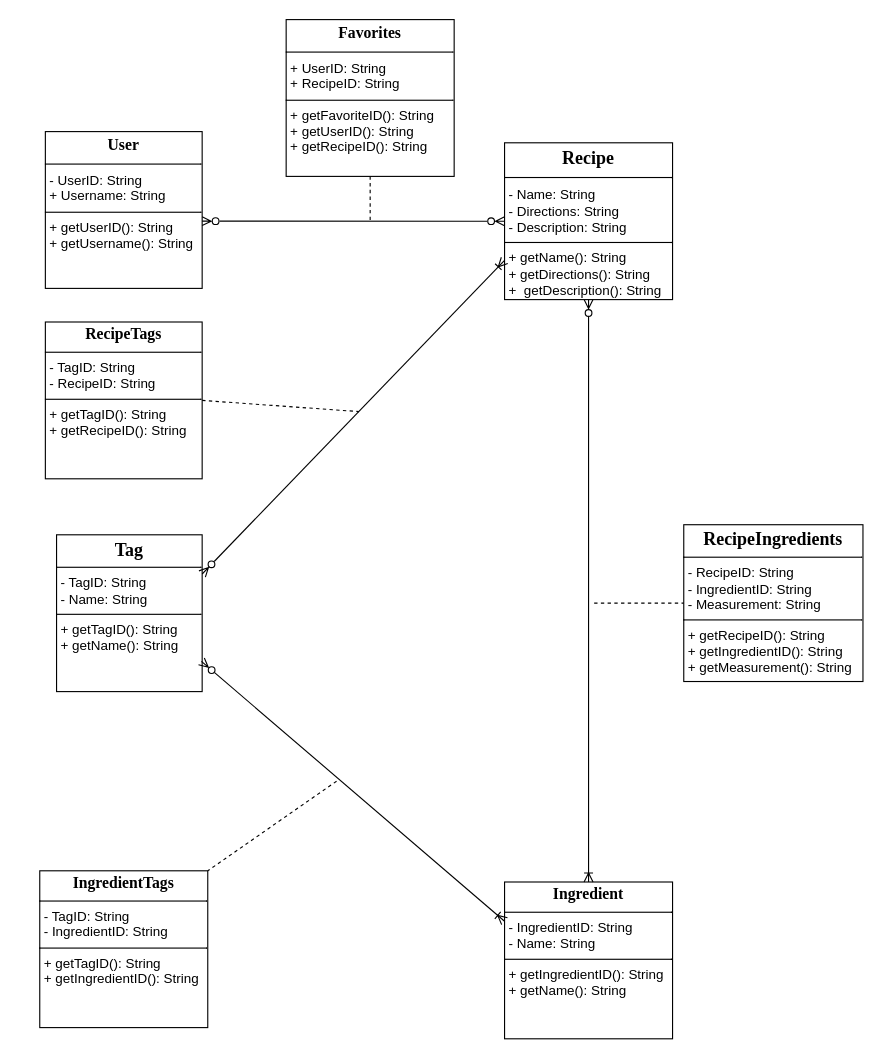
Above: Copy of Project A2.drawio in Rhimeth/COSC-612-Project (draw.io), before the change. Source tidied: cells renumbered, new cells numbered last; positions are measured from the earlier drawing's top-left corner, leaving out a move shared by most shapes. Both pictures are drawn from the tidied source at 112%, with x=0, y=0 at pixel (39, 19).
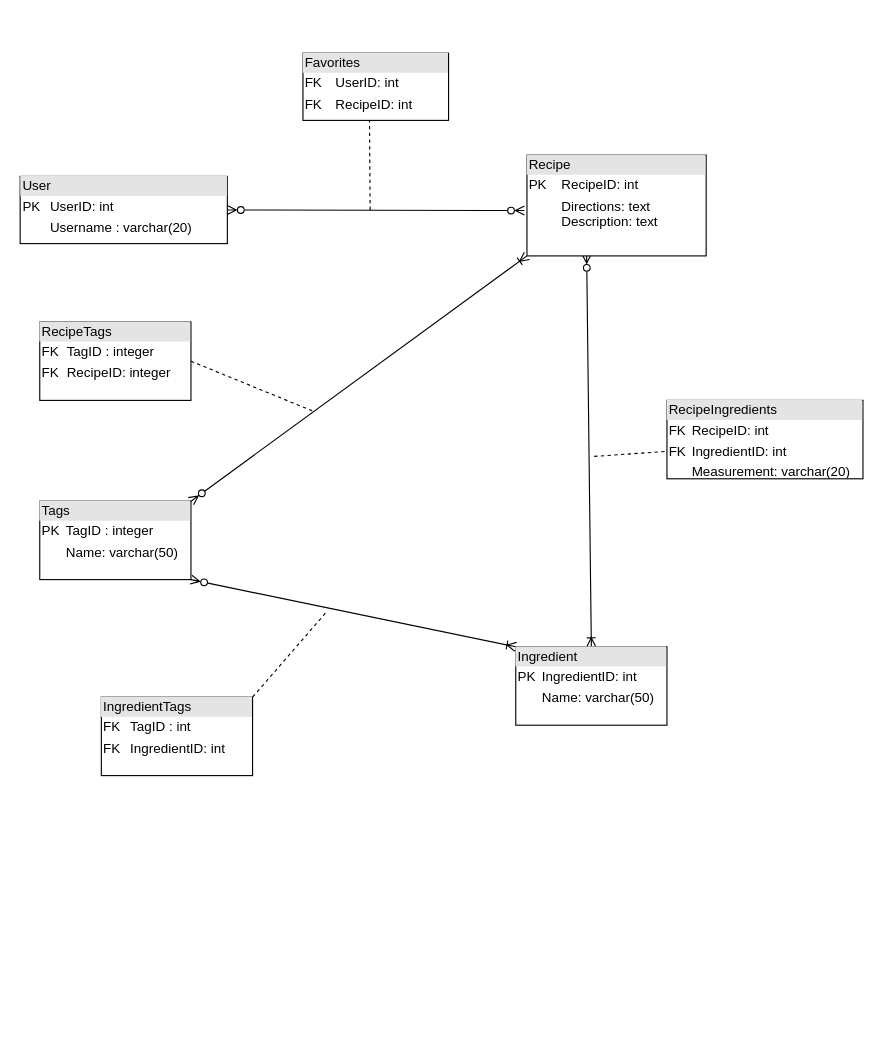
After the change.

Commit message:
still working

The edit, as a diff of the source:
```diff
@@
-    <mxCell id="2" value="&lt;p style=&quot;margin: 4px 0px 0px; text-align: center; font-size: 14px;&quot;&gt;&lt;font style=&quot;font-size: 14px;&quot;&gt;&lt;font style=&quot;font-size: 14px;&quot; face=&quot;Times New Roman&quot;&gt;&lt;b style=&quot;&quot;&gt;User&lt;/b&gt;&lt;/font&gt;&lt;br&gt;&lt;/font&gt;&lt;/p&gt;&lt;hr size=&quot;1&quot; style=&quot;border-style: solid; font-size: 14px;&quot;&gt;&lt;p style=&quot;margin:0px;margin-left:4px;&quot;&gt;- UserID: String&lt;br&gt;+&amp;nbsp;Username: String&lt;/p&gt;&lt;hr size=&quot;1&quot; style=&quot;border-style:solid;&quot;&gt;&lt;p style=&quot;margin:0px;margin-left:4px;&quot;&gt;+ getUserID(): String&lt;br&gt;+ getUsername(): String&lt;/p&gt;" style="verticalAlign=top;align=left;overflow=fill;html=1;whiteSpace=wrap;" parent="1" vertex="1">
-      <mxGeometry x="5" y="100" width="140" height="140" as="geometry" />
-    </mxCell>
-    <mxCell id="3" value="&lt;p style=&quot;margin: 4px 0px 0px; text-align: center; font-size: 14px;&quot;&gt;&lt;font style=&quot;font-size: 14px;&quot;&gt;&lt;b style=&quot;&quot;&gt;&lt;font style=&quot;font-size: 14px;&quot; face=&quot;Times New Roman&quot;&gt;Favorites&lt;/font&gt;&lt;/b&gt;&lt;br&gt;&lt;/font&gt;&lt;/p&gt;&lt;hr size=&quot;1&quot; style=&quot;border-style: solid; font-size: 14px;&quot;&gt;&lt;p style=&quot;margin:0px;margin-left:4px;&quot;&gt;&lt;span style=&quot;background-color: initial;&quot;&gt;+ UserID: String&lt;/span&gt;&lt;br&gt;&lt;/p&gt;&lt;p style=&quot;margin:0px;margin-left:4px;&quot;&gt;+&amp;nbsp;RecipeID: String&lt;/p&gt;&lt;hr size=&quot;1&quot; style=&quot;border-style:solid;&quot;&gt;&lt;p style=&quot;margin:0px;margin-left:4px;&quot;&gt;+ getFavoriteID(): String&lt;br&gt;+ getUserID(): String&lt;/p&gt;&lt;p style=&quot;margin:0px;margin-left:4px;&quot;&gt;+&amp;nbsp;getRecipeID(): String&lt;/p&gt;" style="verticalAlign=top;align=left;overflow=fill;html=1;whiteSpace=wrap;" parent="1" vertex="1">
-      <mxGeometry x="220" width="150" height="140" as="geometry" />
-    </mxCell>
-    <mxCell id="4" value="&lt;p style=&quot;margin: 4px 0px 0px; text-align: center;&quot;&gt;&lt;font face=&quot;Times New Roman&quot;&gt;&lt;span style=&quot;font-size: 16px;&quot;&gt;&lt;b&gt;Recipe&lt;/b&gt;&lt;/span&gt;&lt;/font&gt;&lt;br&gt;&lt;/p&gt;&lt;hr size=&quot;1&quot; style=&quot;border-style: solid; font-size: 16px;&quot;&gt;&lt;p style=&quot;margin:0px;margin-left:4px;&quot;&gt;- Name: String&lt;/p&gt;&lt;p style=&quot;margin:0px;margin-left:4px;&quot;&gt;- Directions: String&lt;/p&gt;&lt;p style=&quot;margin:0px;margin-left:4px;&quot;&gt;- Description: String&lt;/p&gt;&lt;hr size=&quot;1&quot; style=&quot;border-style:solid;&quot;&gt;&lt;p style=&quot;margin:0px;margin-left:4px;&quot;&gt;+ getName(): String&lt;br&gt;+ getDirections(): String&lt;/p&gt;&lt;p style=&quot;margin:0px;margin-left:4px;&quot;&gt;+&amp;nbsp;&amp;nbsp;getDescription(): String&lt;/p&gt;" style="verticalAlign=top;align=left;overflow=fill;html=1;whiteSpace=wrap;" parent="1" vertex="1">
-      <mxGeometry x="415" y="110" width="150" height="140" as="geometry" />
-    </mxCell>
-    <mxCell id="5" value="&lt;p style=&quot;margin:0px;margin-top:4px;text-align:center;&quot;&gt;&lt;b&gt;&lt;font face=&quot;Times New Roman&quot; style=&quot;font-size: 16px;&quot;&gt;RecipeIngredients&lt;/font&gt;&lt;/b&gt;&lt;br&gt;&lt;/p&gt;&lt;hr size=&quot;1&quot; style=&quot;border-style:solid;&quot;&gt;&lt;p style=&quot;margin:0px;margin-left:4px;&quot;&gt;- RecipeID: String&lt;br&gt;- IngredientID: String&lt;/p&gt;&lt;p style=&quot;margin:0px;margin-left:4px;&quot;&gt;- Measurement: String&lt;/p&gt;&lt;hr size=&quot;1&quot; style=&quot;border-style:solid;&quot;&gt;&lt;p style=&quot;margin:0px;margin-left:4px;&quot;&gt;+ getRecipeID(): String&amp;nbsp;&lt;/p&gt;&lt;p style=&quot;margin:0px;margin-left:4px;&quot;&gt;+&amp;nbsp;getIngredientID(): String&lt;/p&gt;&lt;p style=&quot;margin:0px;margin-left:4px;&quot;&gt;+&amp;nbsp;getMeasurement(): String&lt;/p&gt;" style="verticalAlign=top;align=left;overflow=fill;html=1;whiteSpace=wrap;" parent="1" vertex="1">
-      <mxGeometry x="575" y="451" width="160" height="140" as="geometry" />
-    </mxCell>
-    <mxCell id="6" value="&lt;p style=&quot;margin:0px;margin-top:4px;text-align:center;&quot;&gt;&lt;font face=&quot;Times New Roman&quot; style=&quot;font-size: 14px;&quot;&gt;&lt;b style=&quot;&quot;&gt;Ingredient&lt;/b&gt;&lt;/font&gt;&lt;br&gt;&lt;/p&gt;&lt;hr size=&quot;1&quot; style=&quot;border-style:solid;&quot;&gt;&lt;p style=&quot;margin:0px;margin-left:4px;&quot;&gt;- IngredientID: String&lt;/p&gt;&lt;p style=&quot;margin:0px;margin-left:4px;&quot;&gt;- Name: String&lt;/p&gt;&lt;hr size=&quot;1&quot; style=&quot;border-style:solid;&quot;&gt;&lt;p style=&quot;margin:0px;margin-left:4px;&quot;&gt;+ getIngredientID(): String&lt;/p&gt;&lt;p style=&quot;margin:0px;margin-left:4px;&quot;&gt;+ getName(): String&lt;/p&gt;" style="verticalAlign=top;align=left;overflow=fill;html=1;whiteSpace=wrap;" parent="1" vertex="1">
-      <mxGeometry x="415" y="770" width="150" height="140" as="geometry" />
-    </mxCell>
-    <mxCell id="7" value="&lt;p style=&quot;margin:0px;margin-top:4px;text-align:center;&quot;&gt;&lt;font size=&quot;1&quot; style=&quot;&quot; face=&quot;Times New Roman&quot;&gt;&lt;b style=&quot;font-size: 16px;&quot;&gt;Tag&lt;/b&gt;&lt;/font&gt;&lt;/p&gt;&lt;hr size=&quot;1&quot; style=&quot;border-style:solid;&quot;&gt;&lt;p style=&quot;margin:0px;margin-left:4px;&quot;&gt;- TagID: String&lt;br&gt;- Name: String&lt;/p&gt;&lt;hr size=&quot;1&quot; style=&quot;border-style:solid;&quot;&gt;&lt;p style=&quot;margin:0px;margin-left:4px;&quot;&gt;+ getTagID(): String&lt;br&gt;+ getName(): String&lt;/p&gt;" style="verticalAlign=top;align=left;overflow=fill;html=1;whiteSpace=wrap;" parent="1" vertex="1">
-      <mxGeometry x="15" y="460" width="130" height="140" as="geometry" />
-    </mxCell>
-    <mxCell id="8" value="&lt;p style=&quot;margin:0px;margin-top:4px;text-align:center;&quot;&gt;&lt;font style=&quot;font-size: 14px;&quot; face=&quot;Times New Roman&quot;&gt;&lt;b style=&quot;&quot;&gt;RecipeTags&lt;/b&gt;&lt;/font&gt;&lt;br&gt;&lt;/p&gt;&lt;hr size=&quot;1&quot; style=&quot;border-style:solid;&quot;&gt;&lt;p style=&quot;margin:0px;margin-left:4px;&quot;&gt;- TagID: String&lt;br&gt;- RecipeID: String&lt;/p&gt;&lt;hr size=&quot;1&quot; style=&quot;border-style:solid;&quot;&gt;&lt;p style=&quot;margin:0px;margin-left:4px;&quot;&gt;+ getTagID(): String&lt;br&gt;+ getRecipeID(): String&lt;/p&gt;" style="verticalAlign=top;align=left;overflow=fill;html=1;whiteSpace=wrap;" parent="1" vertex="1">
-      <mxGeometry x="5" y="270" width="140" height="140" as="geometry" />
-    </mxCell>
-    <mxCell id="9" value="&lt;p style=&quot;margin:0px;margin-top:4px;text-align:center;&quot;&gt;&lt;b style=&quot;&quot;&gt;&lt;font style=&quot;font-size: 14px;&quot; face=&quot;Times New Roman&quot;&gt;IngredientTags&lt;/font&gt;&lt;/b&gt;&lt;br&gt;&lt;/p&gt;&lt;hr size=&quot;1&quot; style=&quot;border-style:solid;&quot;&gt;&lt;p style=&quot;margin:0px;margin-left:4px;&quot;&gt;- TagID: String&lt;br&gt;- IngredientID: String&lt;/p&gt;&lt;hr size=&quot;1&quot; style=&quot;border-style:solid;&quot;&gt;&lt;p style=&quot;margin:0px;margin-left:4px;&quot;&gt;+ getTagID(): String&lt;br&gt;+ getIngredientID(): String&lt;/p&gt;" style="verticalAlign=top;align=left;overflow=fill;html=1;whiteSpace=wrap;" parent="1" vertex="1">
-      <mxGeometry y="760" width="150" height="140" as="geometry" />
-    </mxCell>
-    <mxCell id="10" style="edgeStyle=entityRelationEdgeStyle;fontSize=12;html=1;endArrow=ERzeroToMany;rounded=0;exitX=1;exitY=0.571;exitDx=0;exitDy=0;exitPerimeter=0;entryX=0;entryY=0.5;entryDx=0;entryDy=0;startArrow=ERzeroToMany;startFill=0;endFill=0;" parent="1" edge="1" source="2" target="4">
+    <mxCell id="10" style="edgeStyle=entityRelationEdgeStyle;fontSize=12;html=1;endArrow=ERzeroToMany;rounded=0;entryX=-0.014;entryY=0.55;entryDx=0;entryDy=0;startArrow=ERzeroToMany;startFill=0;endFill=0;entryPerimeter=0;" parent="1" edge="1" source="18" target="21">
       <mxGeometry relative="1" as="geometry">
         <Array as="points">
           <mxPoint x="395" y="180" />
         </Array>
       </mxGeometry>
     </mxCell>
-    <mxCell id="11" style="endArrow=ERoneToMany;startArrow=ERzeroToMany;html=1;rounded=0;exitX=1;exitY=0.25;exitDx=0;exitDy=0;entryX=0;entryY=0.75;entryDx=0;entryDy=0;startFill=0;endFill=0;" parent="1" edge="1" source="7" target="4">
+    <mxCell id="11" style="endArrow=ERoneToMany;startArrow=ERzeroToMany;html=1;rounded=0;exitX=1;exitY=0;exitDx=0;exitDy=0;entryX=0;entryY=1;entryDx=0;entryDy=0;startFill=0;endFill=0;" parent="1" edge="1" source="22" target="21">
       <mxGeometry relative="1" as="geometry" />
     </mxCell>
-    <mxCell id="12" style="endArrow=none;html=1;rounded=0;exitX=1;exitY=0.5;exitDx=0;exitDy=0;dashed=1;" parent="1" edge="1" source="8">
+    <mxCell id="12" style="endArrow=none;html=1;rounded=0;exitX=1;exitY=0.5;exitDx=0;exitDy=0;dashed=1;" parent="1" edge="1" source="19">
       <mxGeometry relative="1" as="geometry">
-        <mxPoint x="285" y="350" as="targetPoint" />
+        <mxPoint x="245" y="350" as="targetPoint" />
       </mxGeometry>
     </mxCell>
-    <mxCell id="13" style="endArrow=ERoneToMany;startArrow=ERzeroToMany;html=1;rounded=0;exitX=0.995;exitY=0.807;exitDx=0;exitDy=0;entryX=0;entryY=0.25;entryDx=0;entryDy=0;startFill=0;endFill=0;exitPerimeter=0;" parent="1" edge="1" source="7" target="6">
+    <mxCell id="13" style="endArrow=ERoneToMany;startArrow=ERzeroToMany;html=1;rounded=0;exitX=1;exitY=1;exitDx=0;exitDy=0;entryX=0;entryY=0;entryDx=0;entryDy=0;startFill=0;endFill=0;" parent="1" edge="1" source="22" target="24">
       <mxGeometry relative="1" as="geometry" />
     </mxCell>
-    <mxCell id="14" style="endArrow=none;html=1;rounded=0;entryX=1;entryY=0;entryDx=0;entryDy=0;dashed=1;" parent="1" edge="1" target="9">
+    <mxCell id="14" style="endArrow=none;html=1;rounded=0;entryX=1;entryY=0;entryDx=0;entryDy=0;dashed=1;" parent="1" edge="1" target="23">
       <mxGeometry relative="1" as="geometry">
-        <mxPoint x="265" y="680" as="sourcePoint" />
+        <mxPoint x="255" y="530" as="sourcePoint" />
       </mxGeometry>
     </mxCell>
-    <mxCell id="15" style="endArrow=ERzeroToMany;startArrow=ERoneToMany;html=1;rounded=0;exitX=0.5;exitY=0;exitDx=0;exitDy=0;startFill=0;endFill=0;entryX=0.5;entryY=1;entryDx=0;entryDy=0;" parent="1" edge="1" source="6" target="4">
+    <mxCell id="15" style="endArrow=ERzeroToMany;startArrow=ERoneToMany;html=1;rounded=0;exitX=0.5;exitY=0;exitDx=0;exitDy=0;startFill=0;endFill=0;entryX=0.333;entryY=0.985;entryDx=0;entryDy=0;entryPerimeter=0;" parent="1" edge="1" source="24" target="21">
       <mxGeometry relative="1" as="geometry" />
     </mxCell>
-    <mxCell id="16" style="endArrow=none;html=1;rounded=0;entryX=0;entryY=0.5;entryDx=0;entryDy=0;dashed=1;" parent="1" edge="1" target="5">
+    <mxCell id="16" style="endArrow=none;html=1;rounded=0;entryX=0.012;entryY=0.648;entryDx=0;entryDy=0;dashed=1;entryPerimeter=0;" parent="1" edge="1" target="25">
       <mxGeometry relative="1" as="geometry">
-        <mxPoint x="495" y="521" as="sourcePoint" />
+        <mxPoint x="495" y="390" as="sourcePoint" />
       </mxGeometry>
     </mxCell>
-    <mxCell id="17" style="endArrow=none;html=1;rounded=0;exitX=0.5;exitY=1;exitDx=0;exitDy=0;dashed=1;" parent="1" edge="1" source="3">
+    <mxCell id="17" style="endArrow=none;html=1;rounded=0;exitX=0.457;exitY=0.983;exitDx=0;exitDy=0;dashed=1;exitPerimeter=0;" parent="1" edge="1" source="20">
       <mxGeometry relative="1" as="geometry">
-        <mxPoint x="295" y="180" as="targetPoint" />
+        <mxPoint x="295" y="170" as="targetPoint" />
       </mxGeometry>
     </mxCell>
+    <mxCell id="18" value="&lt;div style=&quot;box-sizing:border-box;width:100%;background:#e4e4e4;padding:2px;&quot;&gt;User&lt;/div&gt;&lt;table style=&quot;width:100%;font-size:1em;&quot; cellpadding=&quot;2&quot; cellspacing=&quot;0&quot;&gt;&lt;tbody&gt;&lt;tr&gt;&lt;td&gt;PK&lt;/td&gt;&lt;td&gt;UserID: int&lt;/td&gt;&lt;/tr&gt;&lt;tr&gt;&lt;td&gt;&lt;br&gt;&lt;/td&gt;&lt;td&gt;Username : varchar(20)&lt;/td&gt;&lt;/tr&gt;&lt;tr&gt;&lt;td&gt;&lt;/td&gt;&lt;td&gt;&lt;br&gt;&lt;/td&gt;&lt;/tr&gt;&lt;/tbody&gt;&lt;/table&gt;" style="verticalAlign=top;align=left;overflow=fill;html=1;whiteSpace=wrap;" parent="1" vertex="1">
+      <mxGeometry x="-17.5" y="140" width="185" height="60" as="geometry" />
+    </mxCell>
+    <mxCell id="19" value="&lt;div style=&quot;box-sizing:border-box;width:100%;background:#e4e4e4;padding:2px;&quot;&gt;RecipeTags&lt;/div&gt;&lt;table style=&quot;width:100%;font-size:1em;&quot; cellpadding=&quot;2&quot; cellspacing=&quot;0&quot;&gt;&lt;tbody&gt;&lt;tr&gt;&lt;td&gt;FK&lt;/td&gt;&lt;td&gt;TagID : integer&lt;/td&gt;&lt;/tr&gt;&lt;tr&gt;&lt;td&gt;FK&lt;/td&gt;&lt;td&gt;RecipeID: integer&lt;/td&gt;&lt;/tr&gt;&lt;tr&gt;&lt;td&gt;&lt;/td&gt;&lt;td&gt;&lt;br&gt;&lt;/td&gt;&lt;/tr&gt;&lt;/tbody&gt;&lt;/table&gt;" style="verticalAlign=top;align=left;overflow=fill;html=1;whiteSpace=wrap;" parent="1" vertex="1">
+      <mxGeometry y="270" width="135" height="70" as="geometry" />
+    </mxCell>
+    <mxCell id="20" value="&lt;div style=&quot;box-sizing:border-box;width:100%;background:#e4e4e4;padding:2px;&quot;&gt;Favorites&lt;/div&gt;&lt;table style=&quot;width:100%;font-size:1em;&quot; cellpadding=&quot;2&quot; cellspacing=&quot;0&quot;&gt;&lt;tbody&gt;&lt;tr&gt;&lt;td&gt;FK&lt;/td&gt;&lt;td&gt;UserID: int&lt;/td&gt;&lt;/tr&gt;&lt;tr&gt;&lt;td&gt;FK&lt;/td&gt;&lt;td&gt;RecipeID: int&lt;/td&gt;&lt;/tr&gt;&lt;tr&gt;&lt;td&gt;&lt;/td&gt;&lt;td&gt;&lt;br&gt;&lt;/td&gt;&lt;/tr&gt;&lt;/tbody&gt;&lt;/table&gt;" style="verticalAlign=top;align=left;overflow=fill;html=1;whiteSpace=wrap;" parent="1" vertex="1">
+      <mxGeometry x="235" y="30" width="130" height="60" as="geometry" />
+    </mxCell>
+    <mxCell id="21" value="&lt;div style=&quot;box-sizing:border-box;width:100%;background:#e4e4e4;padding:2px;&quot;&gt;Recipe&lt;/div&gt;&lt;table style=&quot;width:100%;font-size:1em;&quot; cellpadding=&quot;2&quot; cellspacing=&quot;0&quot;&gt;&lt;tbody&gt;&lt;tr&gt;&lt;td&gt;PK&lt;/td&gt;&lt;td&gt;RecipeID: int&lt;/td&gt;&lt;/tr&gt;&lt;tr&gt;&lt;td&gt;&lt;/td&gt;&lt;td&gt;Directions: text&lt;br&gt;Description: text&lt;br&gt;&lt;br&gt;&lt;/td&gt;&lt;/tr&gt;&lt;tr&gt;&lt;td&gt;&lt;/td&gt;&lt;td&gt;&lt;br&gt;&lt;/td&gt;&lt;/tr&gt;&lt;/tbody&gt;&lt;/table&gt;" style="verticalAlign=top;align=left;overflow=fill;html=1;whiteSpace=wrap;" parent="1" vertex="1">
+      <mxGeometry x="435" y="121" width="160" height="90" as="geometry" />
+    </mxCell>
+    <mxCell id="22" value="&lt;div style=&quot;box-sizing:border-box;width:100%;background:#e4e4e4;padding:2px;&quot;&gt;Tags&lt;/div&gt;&lt;table style=&quot;width:100%;font-size:1em;&quot; cellpadding=&quot;2&quot; cellspacing=&quot;0&quot;&gt;&lt;tbody&gt;&lt;tr&gt;&lt;td&gt;PK&lt;/td&gt;&lt;td&gt;TagID : integer&lt;/td&gt;&lt;/tr&gt;&lt;tr&gt;&lt;td&gt;&lt;br&gt;&lt;/td&gt;&lt;td&gt;Name: varchar(50)&lt;/td&gt;&lt;/tr&gt;&lt;tr&gt;&lt;td&gt;&lt;/td&gt;&lt;td&gt;&lt;br&gt;&lt;/td&gt;&lt;/tr&gt;&lt;/tbody&gt;&lt;/table&gt;" style="verticalAlign=top;align=left;overflow=fill;html=1;whiteSpace=wrap;" parent="1" vertex="1">
+      <mxGeometry y="430" width="135" height="70" as="geometry" />
+    </mxCell>
+    <mxCell id="23" value="&lt;div style=&quot;box-sizing:border-box;width:100%;background:#e4e4e4;padding:2px;&quot;&gt;IngredientTags&lt;/div&gt;&lt;table style=&quot;width:100%;font-size:1em;&quot; cellpadding=&quot;2&quot; cellspacing=&quot;0&quot;&gt;&lt;tbody&gt;&lt;tr&gt;&lt;td&gt;FK&lt;/td&gt;&lt;td&gt;TagID : int&lt;/td&gt;&lt;/tr&gt;&lt;tr&gt;&lt;td&gt;FK&lt;/td&gt;&lt;td&gt;IngredientID: int&lt;/td&gt;&lt;/tr&gt;&lt;tr&gt;&lt;td&gt;&lt;/td&gt;&lt;td&gt;&lt;br&gt;&lt;/td&gt;&lt;/tr&gt;&lt;/tbody&gt;&lt;/table&gt;" style="verticalAlign=top;align=left;overflow=fill;html=1;whiteSpace=wrap;" parent="1" vertex="1">
+      <mxGeometry x="55" y="605" width="135" height="70" as="geometry" />
+    </mxCell>
+    <mxCell id="24" value="&lt;div style=&quot;box-sizing:border-box;width:100%;background:#e4e4e4;padding:2px;&quot;&gt;Ingredient&lt;/div&gt;&lt;table style=&quot;width:100%;font-size:1em;&quot; cellpadding=&quot;2&quot; cellspacing=&quot;0&quot;&gt;&lt;tbody&gt;&lt;tr&gt;&lt;td&gt;PK&lt;/td&gt;&lt;td&gt;IngredientID: int&lt;br&gt;&lt;/td&gt;&lt;/tr&gt;&lt;tr&gt;&lt;td&gt;&lt;br&gt;&lt;/td&gt;&lt;td&gt;Name: varchar(50)&lt;/td&gt;&lt;/tr&gt;&lt;tr&gt;&lt;td&gt;&lt;/td&gt;&lt;td&gt;&lt;br&gt;&lt;/td&gt;&lt;/tr&gt;&lt;/tbody&gt;&lt;/table&gt;" style="verticalAlign=top;align=left;overflow=fill;html=1;whiteSpace=wrap;" parent="1" vertex="1">
+      <mxGeometry x="425" y="560" width="135" height="70" as="geometry" />
+    </mxCell>
+    <mxCell id="25" value="&lt;div style=&quot;box-sizing:border-box;width:100%;background:#e4e4e4;padding:2px;&quot;&gt;RecipeIngredients&lt;/div&gt;&lt;table style=&quot;width:100%;font-size:1em;&quot; cellpadding=&quot;2&quot; cellspacing=&quot;0&quot;&gt;&lt;tbody&gt;&lt;tr&gt;&lt;td&gt;FK&lt;/td&gt;&lt;td&gt;RecipeID: int&lt;br&gt;&lt;/td&gt;&lt;/tr&gt;&lt;tr&gt;&lt;td&gt;FK&lt;/td&gt;&lt;td&gt;IngredientID: int&lt;/td&gt;&lt;/tr&gt;&lt;tr&gt;&lt;td&gt;&lt;/td&gt;&lt;td&gt;Measurement: varchar(20)&lt;/td&gt;&lt;/tr&gt;&lt;/tbody&gt;&lt;/table&gt;" style="verticalAlign=top;align=left;overflow=fill;html=1;whiteSpace=wrap;" parent="1" vertex="1">
+      <mxGeometry x="560" y="340" width="175" height="70" as="geometry" />
+    </mxCell>
```
